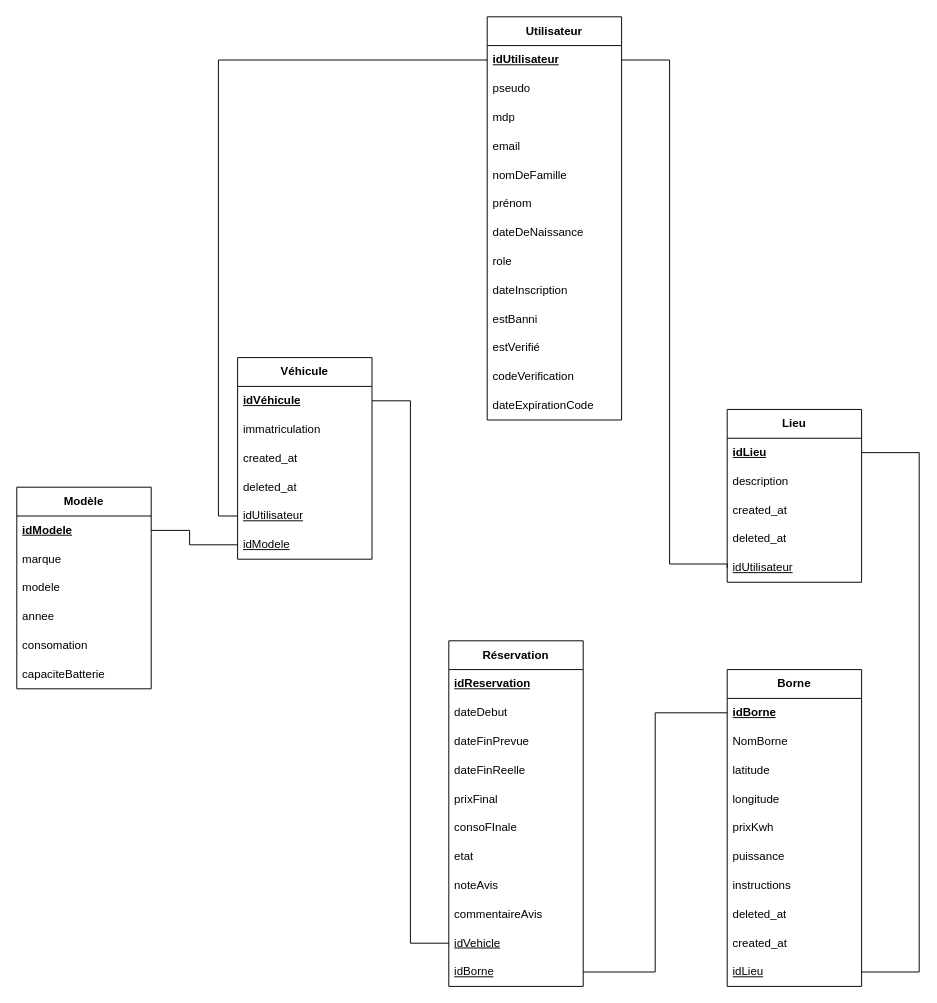
LaiPe/electricity-business-back keeps this draw.io diagram as page "mld" (2 of 3) of merise-electricity-business.drawio. Above is the earlier version. Source tidied: cells renumbered, new cells numbered last; positions are measured from the earlier drawing's top-left corner, leaving out a move shared by most shapes. Both pictures are drawn from the tidied source at 96%, with x=0, y=0 at pixel (16, 16).
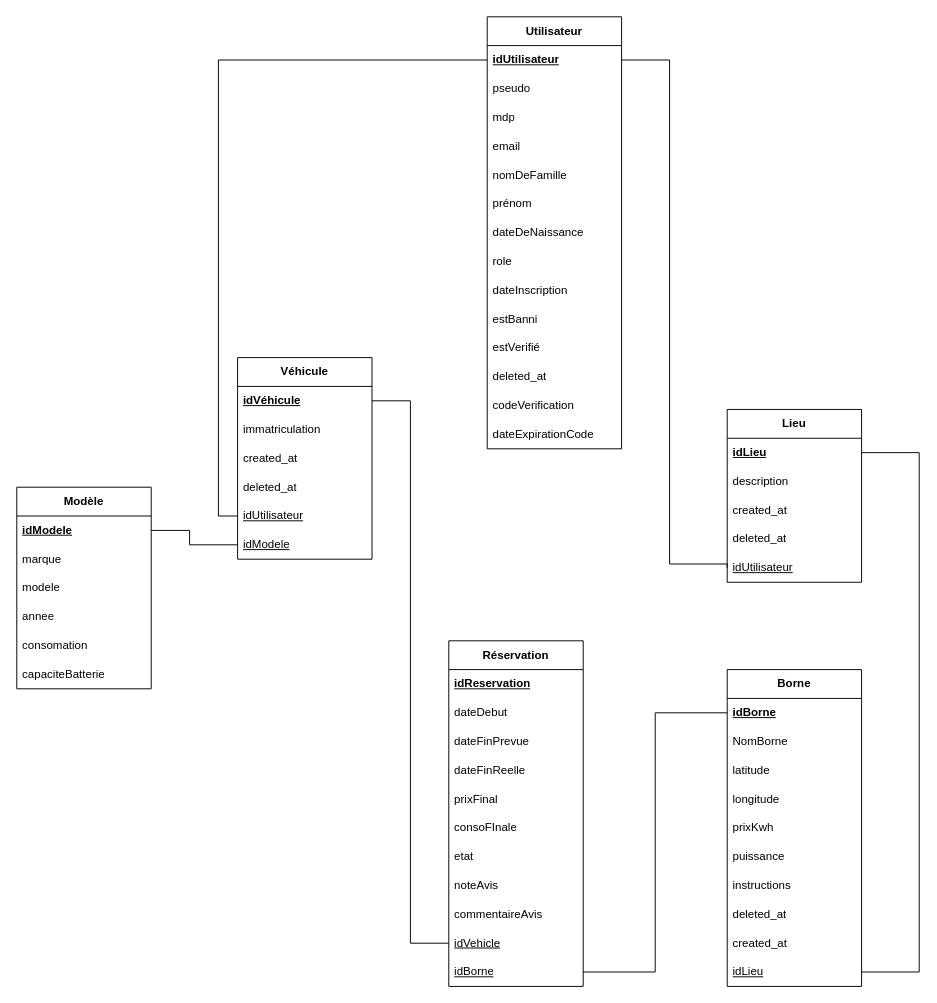
Above is the later version.

What changed in the source:
```diff
@@
     <mxCell id="2" value="&lt;b&gt;Utilisateur&lt;/b&gt;" style="swimlane;fontStyle=0;horizontal=1;startSize=30;whiteSpace=wrap;html=1;" parent="1" vertex="1">
-      <mxGeometry x="490" width="140" height="420" as="geometry" />
+      <mxGeometry x="490" width="140" height="450" as="geometry" />
     </mxCell>
@@
+    <mxCell id="65" value="deleted_at" style="text;strokeColor=none;fillColor=none;align=left;verticalAlign=middle;spacingLeft=4;spacingRight=4;overflow=hidden;whiteSpace=wrap;html=1;" parent="2" vertex="1">
+      <mxGeometry y="360" width="140" height="30" as="geometry" />
+    </mxCell>
     <mxCell id="14" value="codeVerification" style="text;strokeColor=none;fillColor=none;align=left;verticalAlign=middle;spacingLeft=4;spacingRight=4;overflow=hidden;whiteSpace=wrap;html=1;" parent="2" vertex="1">
-      <mxGeometry y="360" width="140" height="30" as="geometry" />
+      <mxGeometry y="390" width="140" height="30" as="geometry" />
     </mxCell>
     <mxCell id="15" value="dateExpirationCode" style="text;strokeColor=none;fillColor=none;align=left;verticalAlign=middle;spacingLeft=4;spacingRight=4;overflow=hidden;whiteSpace=wrap;html=1;" parent="2" vertex="1">
-      <mxGeometry y="390" width="140" height="30" as="geometry" />
+      <mxGeometry y="420" width="140" height="30" as="geometry" />
     </mxCell>
```
